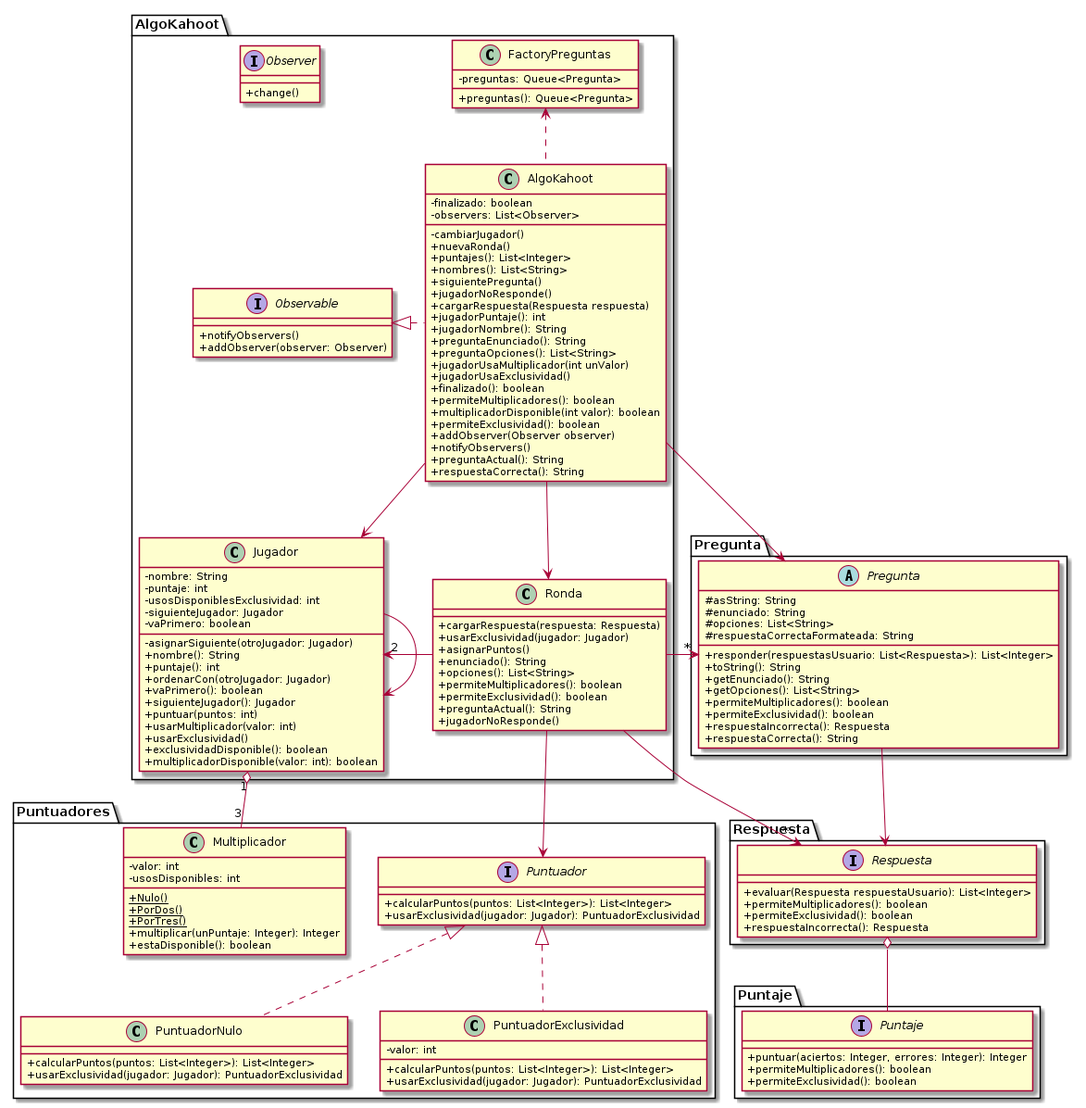
This is Documentacion/out/Diagramas de Clases/Diagrama de Clases General/Diagrama de Clases General.png from gcc-cdimatteo/Algoritmos-y-Programacion-III-75.07, a PlantUML export, as it was before one commit.
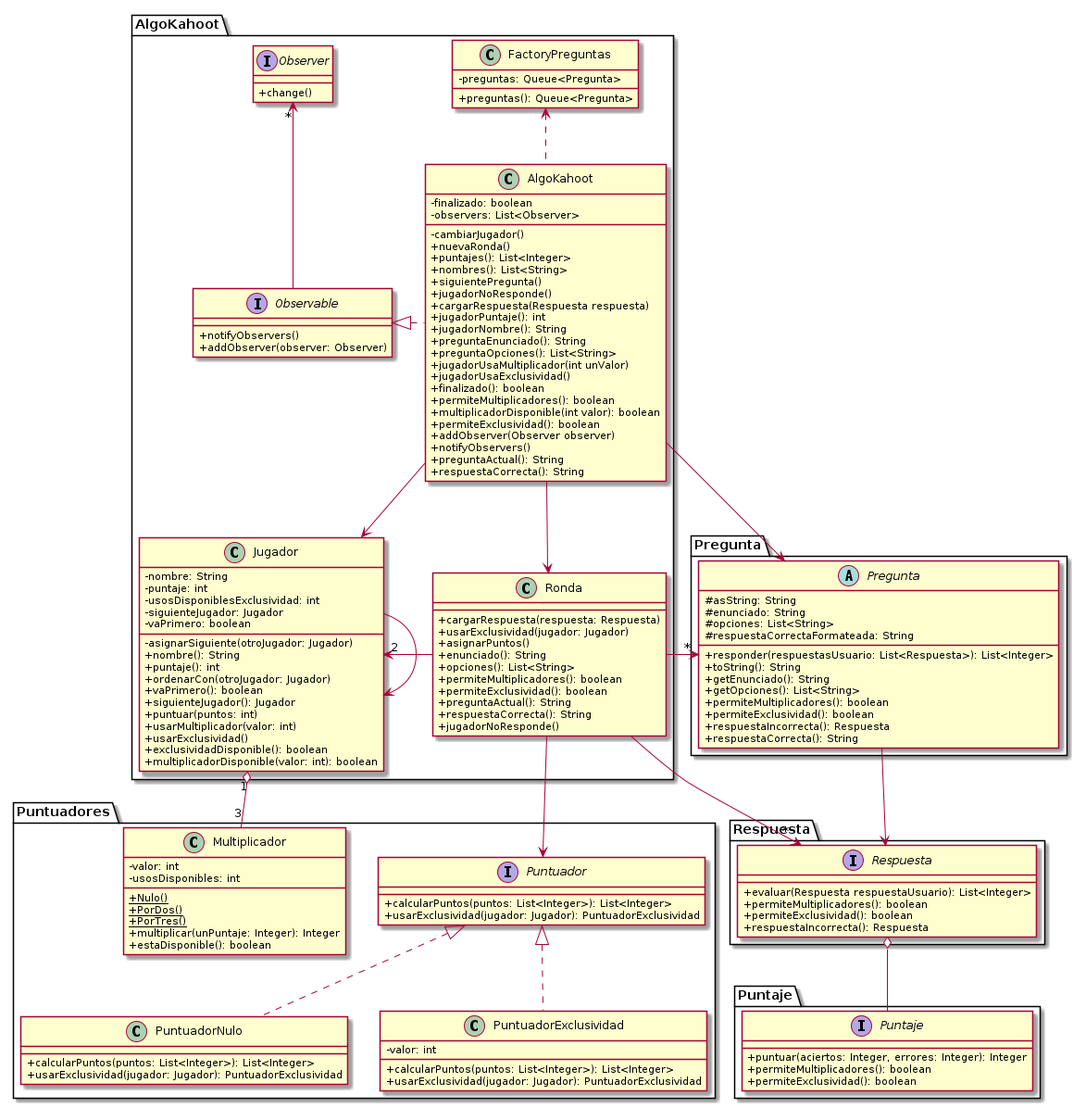
Later version of the same file.

Diff of the diagram source:
```diff
@@ -1,4 +1,4 @@
-@startuml
+@startuml Diagrama de Clases General
 skinparam classAttributeIconSize 0
 
 package AlgoKahoot {
@@ -54,6 +54,7 @@
         + permiteMultiplicadores(): boolean
         + permiteExclusividad(): boolean
         + preguntaActual(): String
+        + respuestaCorrecta(): String
         + jugadorNoResponde()
     }
     class FactoryPreguntas {
@@ -139,6 +140,7 @@
 AlgoKahoot -down-> Ronda
 AlgoKahoot -down-> Jugador
 Jugador --> Jugador
+Observable -up-> "*" Observer
 
 Jugador "1" o-- "3" Multiplicador
 Respuesta o-- Puntaje
```
